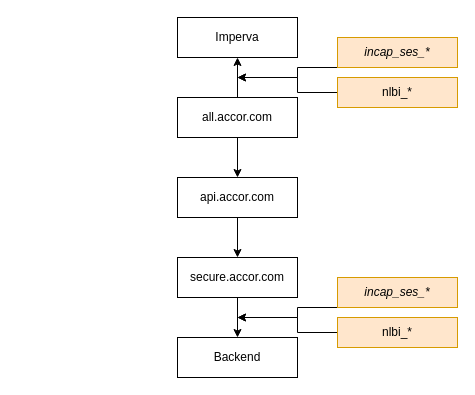
41M3/draw.io keeps this draw.io diagram as Cookies Imperva.drawio. Above is the earlier version. Source tidied: cells renumbered, new cells numbered last; positions are measured from the earlier drawing's top-left corner, leaving out a move shared by most shapes. Both pictures are drawn from the tidied source at 100%, with x=0, y=0 at pixel (177, 17).
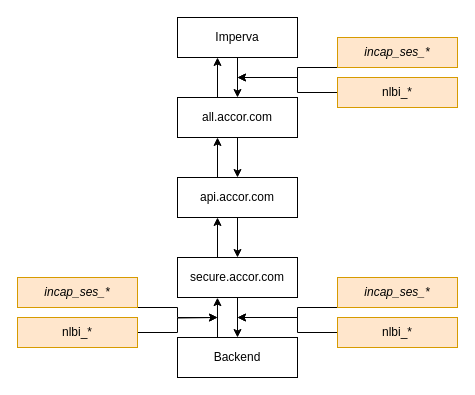
The same diagram, later.

Commit message (it also covers changes not shown here):
Mettre à jour Cookies Imperva.drawio

The change refers to these unchanged cells:
```xml
<mxCell id="2" value="Imperva" style="rounded=0;whiteSpace=wrap;html=1;" parent="1" vertex="1">
  <mxGeometry width="120" height="40" as="geometry" />
</mxCell>
<mxCell id="5" value="all.accor.com" style="rounded=0;whiteSpace=wrap;html=1;" parent="1" vertex="1">
  <mxGeometry y="80" width="120" height="40" as="geometry" />
</mxCell>
<mxCell id="13" value="secure.accor.com" style="rounded=0;whiteSpace=wrap;html=1;" parent="1" vertex="1">
  <mxGeometry y="240" width="120" height="40" as="geometry" />
</mxCell>
```

What changed in the source:
```diff
@@
+    <mxCell id="19" style="edgeStyle=orthogonalEdgeStyle;rounded=0;jettySize=auto;html=1;entryX=0.5;entryY=0;entryDx=0;entryDy=0;" parent="1" edge="1" source="2" target="5">
+      <mxGeometry relative="1" as="geometry" />
+    </mxCell>
@@
-    <mxCell id="4" style="edgeStyle=orthogonalEdgeStyle;rounded=0;jettySize=auto;html=1;entryX=0.5;entryY=1;entryDx=0;entryDy=0;" parent="1" edge="1" source="5" target="2">
-      <mxGeometry relative="1" as="geometry" />
-    </mxCell>
@@
+    <mxCell id="20" style="endArrow=classic;html=1;rounded=0;entryX=0.333;entryY=1.004;entryDx=0;entryDy=0;entryPerimeter=0;" parent="1" edge="1" target="13">
+      <mxGeometry relative="1" as="geometry">
+        <mxPoint x="40" y="320" as="sourcePoint" />
+      </mxGeometry>
+    </mxCell>
+    <mxCell id="21" style="endArrow=classic;html=1;rounded=0;entryX=0.333;entryY=1.004;entryDx=0;entryDy=0;entryPerimeter=0;" parent="1" edge="1">
+      <mxGeometry relative="1" as="geometry">
+        <mxPoint x="40" y="240" as="sourcePoint" />
+        <mxPoint x="40" y="200" as="targetPoint" />
+      </mxGeometry>
+    </mxCell>
+    <mxCell id="22" style="endArrow=classic;html=1;rounded=0;entryX=0.333;entryY=1.004;entryDx=0;entryDy=0;entryPerimeter=0;" parent="1" edge="1">
+      <mxGeometry relative="1" as="geometry">
+        <mxPoint x="40" y="160" as="sourcePoint" />
+        <mxPoint x="40" y="120" as="targetPoint" />
+      </mxGeometry>
+    </mxCell>
+    <mxCell id="23" style="endArrow=classic;html=1;rounded=0;entryX=0.333;entryY=1.004;entryDx=0;entryDy=0;entryPerimeter=0;" parent="1" edge="1">
+      <mxGeometry relative="1" as="geometry">
+        <mxPoint x="40" y="80" as="sourcePoint" />
+        <mxPoint x="40" y="40" as="targetPoint" />
+      </mxGeometry>
+    </mxCell>
+    <mxCell id="24" style="edgeStyle=orthogonalEdgeStyle;rounded=0;jettySize=auto;html=1;" parent="1" edge="1" source="25">
+      <mxGeometry relative="1" as="geometry">
+        <mxPoint x="40" y="300" as="targetPoint" />
+        <Array as="points">
+          <mxPoint y="290" />
+          <mxPoint y="300" />
+        </Array>
+      </mxGeometry>
+    </mxCell>
+    <mxCell id="25" value="&lt;i&gt;incap_ses_*&lt;br&gt;&lt;/i&gt;" style="rounded=0;whiteSpace=wrap;html=1;fillColor=#ffe6cc;strokeColor=#d79b00;" parent="1" vertex="1">
+      <mxGeometry x="-160" y="260" width="120" height="30" as="geometry" />
+    </mxCell>
+    <mxCell id="26" style="edgeStyle=orthogonalEdgeStyle;rounded=0;jettySize=auto;html=1;" parent="1" edge="1" source="27">
+      <mxGeometry relative="1" as="geometry">
+        <mxPoint x="40" y="300" as="targetPoint" />
+      </mxGeometry>
+    </mxCell>
+    <mxCell id="27" value="nlbi_*" style="rounded=0;whiteSpace=wrap;html=1;fillColor=#ffe6cc;strokeColor=#d79b00;" parent="1" vertex="1">
+      <mxGeometry x="-160" y="300" width="120" height="30" as="geometry" />
+    </mxCell>
```
